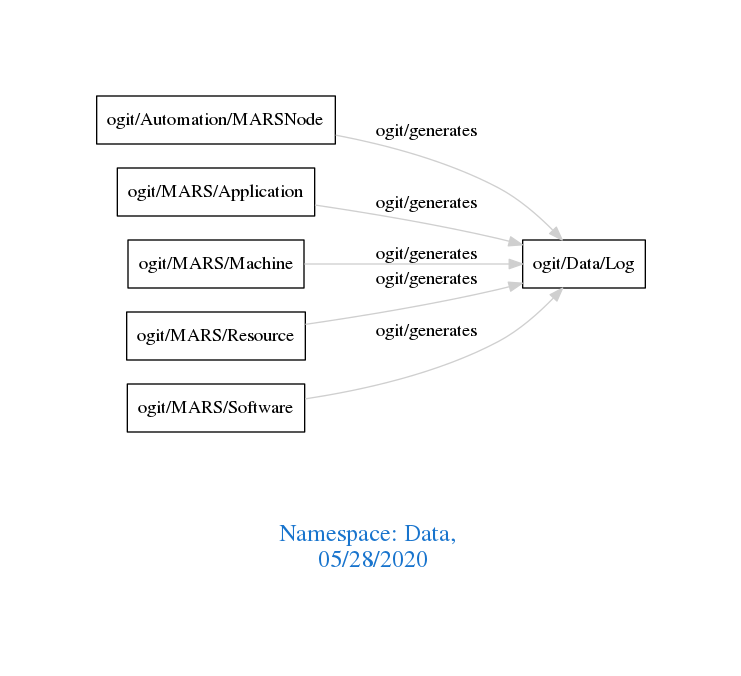
arago/OGIT keeps this Graphviz diagram as downloads/Data.png. Above is the earlier version. Its source is kept beside it as downloads/Data.dot.
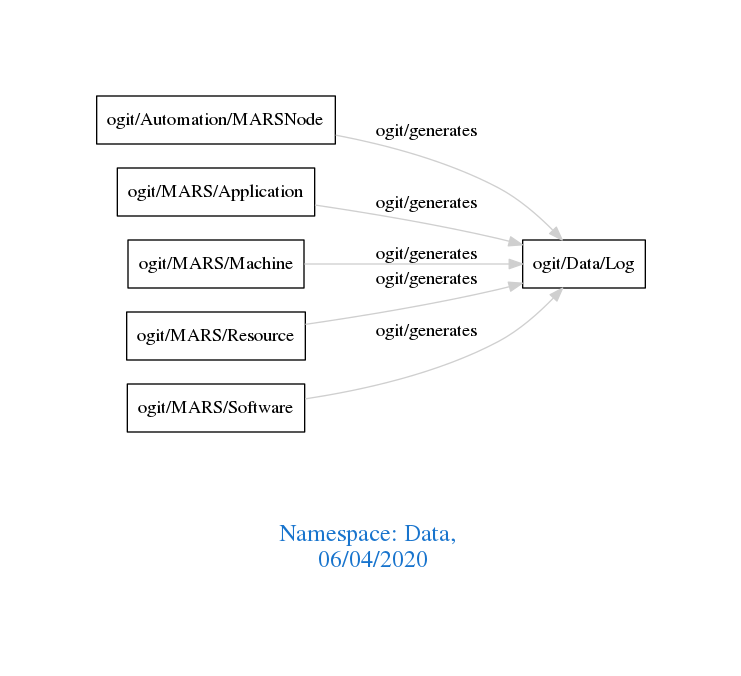
The same file after the commit.

What changed in the source:
```diff
@@ -1,7 +1,7 @@
 digraph OGIT_ontology {
  graph [ rankdir= LR,pad=1
 fontsize = 18,
-fontcolor= dodgerblue3,label = "\n\n\nNamespace: Data, \n 05/28/2020"];
+fontcolor= dodgerblue3,label = "\n\n\nNamespace: Data, \n 06/04/2020"];
 node[shape=polygon];
 edge [  color="gray81"];
 
```
